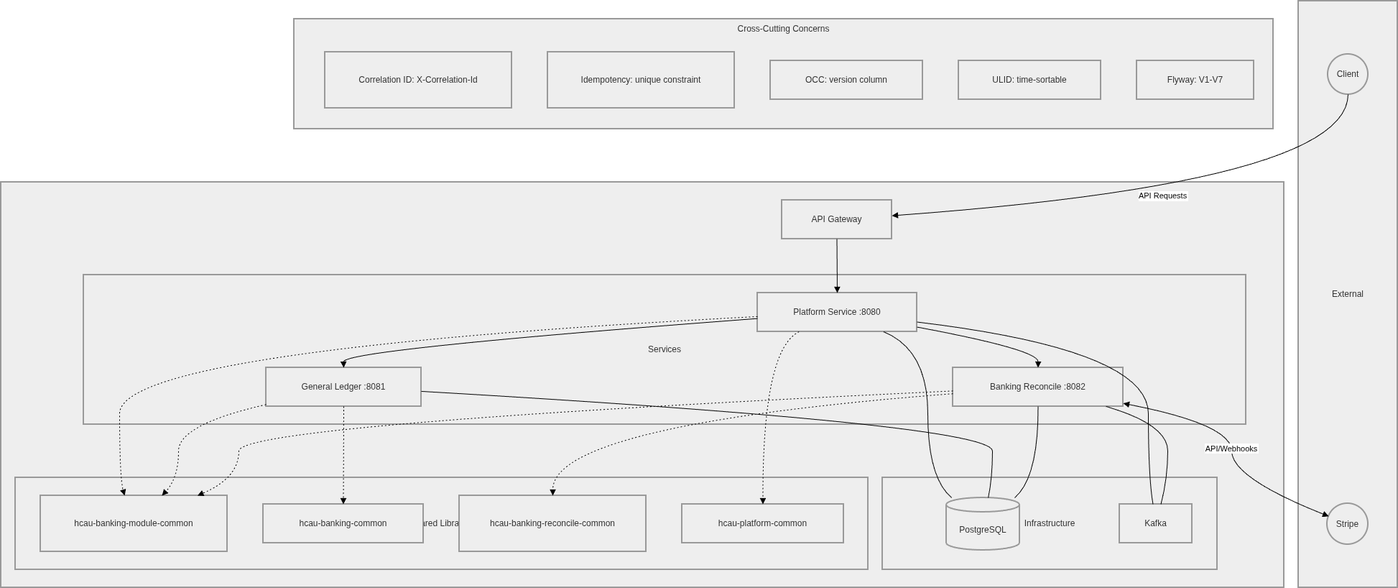
Earlier version of the draw.io export overal-architecture.drawio.png (Nonobeam/haicau-banking). Source tidied: cells renumbered, new cells last; positions are measured from the earlier drawing's top-left corner, leaving out a move shared by most shapes.
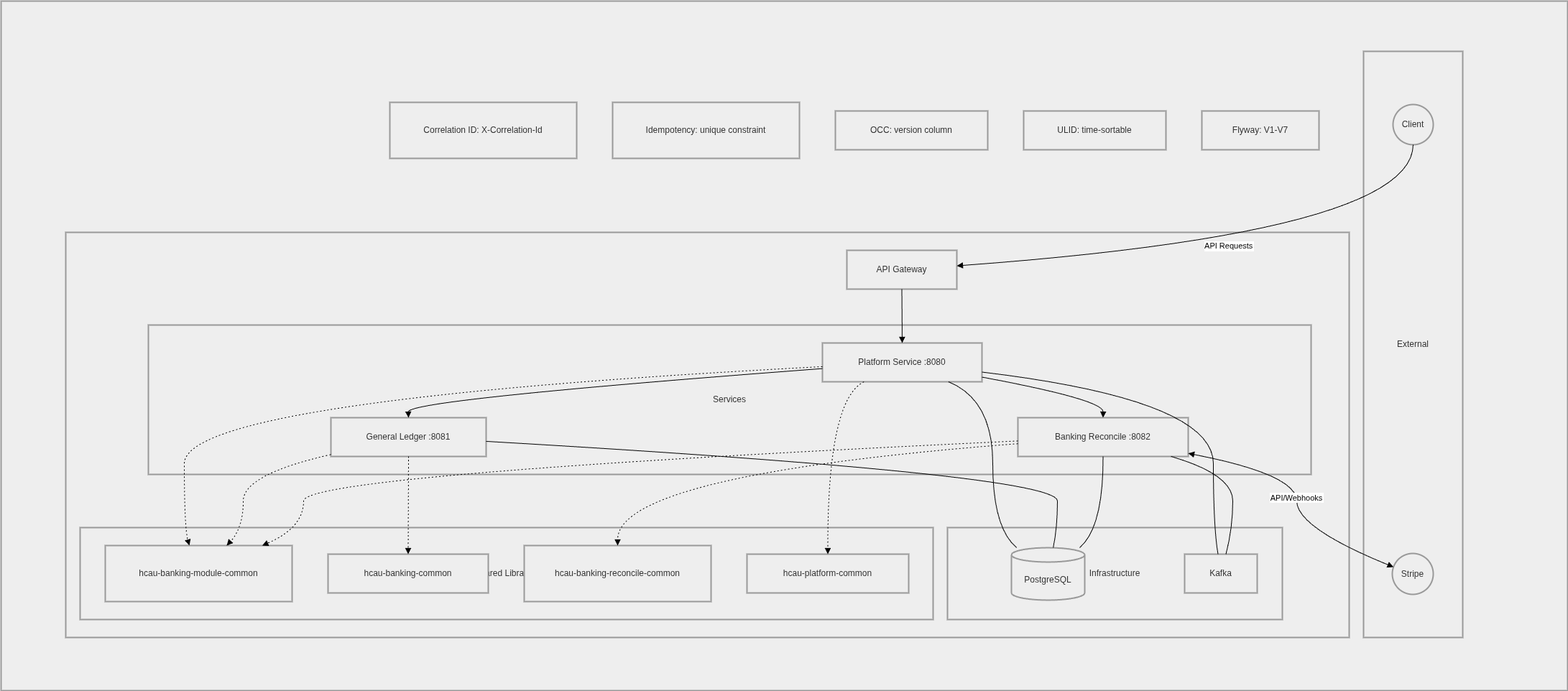
The same file after the commit.

The edit, as a diff of the source:
```diff
@@ -3,8 +3,11 @@
     <mxCell id="0" />
     <mxCell id="1" parent="0" />
     <mxCell id="2" value="Cross-Cutting Concerns" style="whiteSpace=wrap;strokeWidth=2;verticalAlign=top;fillColor=light-dark(#eeeeee,#1f2020);strokeColor=light-dark(#999999,#cccccc);fontColor=light-dark(#333333,#cccccc);" parent="1" vertex="1">
-      <mxGeometry x="408" y="25" width="1363" height="153" as="geometry" />
+      <mxGeometry x="408" y="25" width="1682" height="865" as="geometry" />
     </mxCell>
+    <mxCell id="41" value="HCAU Banking Platform" style="whiteSpace=wrap;strokeWidth=2;fillColor=light-dark(#eeeeee,#1f2020);strokeColor=light-dark(#999999,#cccccc);fontColor=light-dark(#333333,#cccccc);" parent="2" vertex="1">
+      <mxGeometry x="-498" y="-95" width="2180" height="960" as="geometry" />
+    </mxCell>
     <mxCell id="3" value="Correlation ID: X-Correlation-Id" style="whiteSpace=wrap;strokeWidth=2;fillColor=light-dark(#eeeeee,#1f2020);strokeColor=light-dark(#999999,#cccccc);fontColor=light-dark(#333333,#cccccc);" parent="2" vertex="1">
       <mxGeometry x="43" y="46" width="260" height="78" as="geometry" />
     </mxCell>
```
